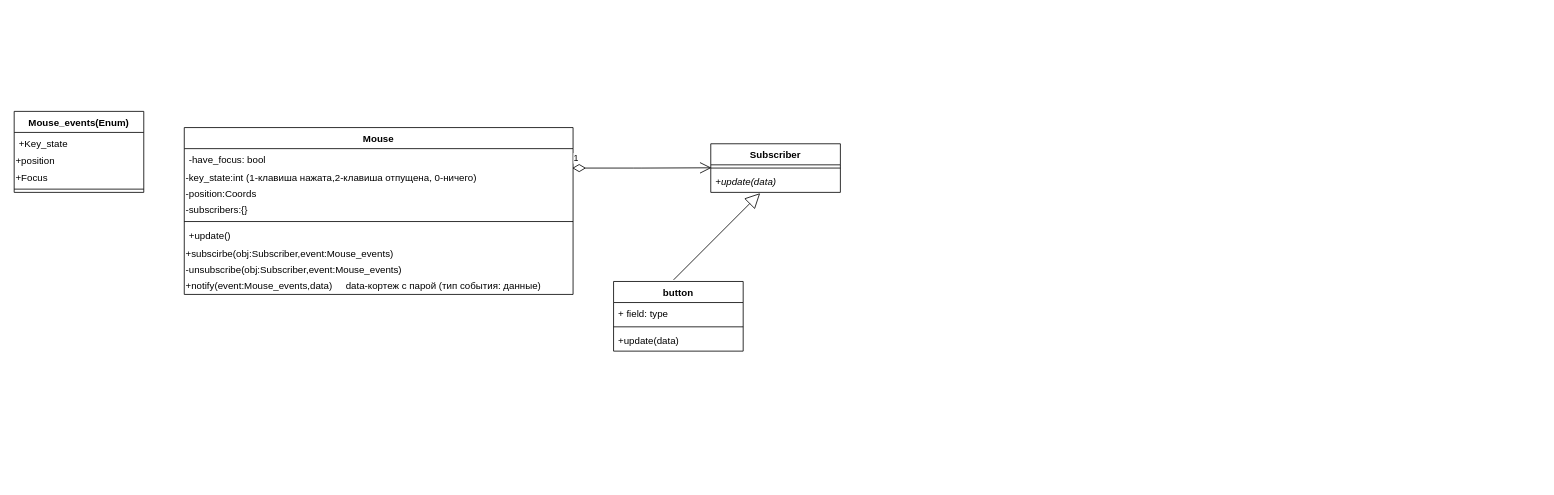
Before: Untitled Diagram.drawio in vasilysamulevich/LIFE, a draw.io diagram. Source tidied: cells renumbered, new cells numbered last; positions are measured from the earlier drawing's top-left corner, leaving out a move shared by most shapes. Both pictures are drawn from the tidied source at 81%, with x=0, y=0 at pixel (14, 111).
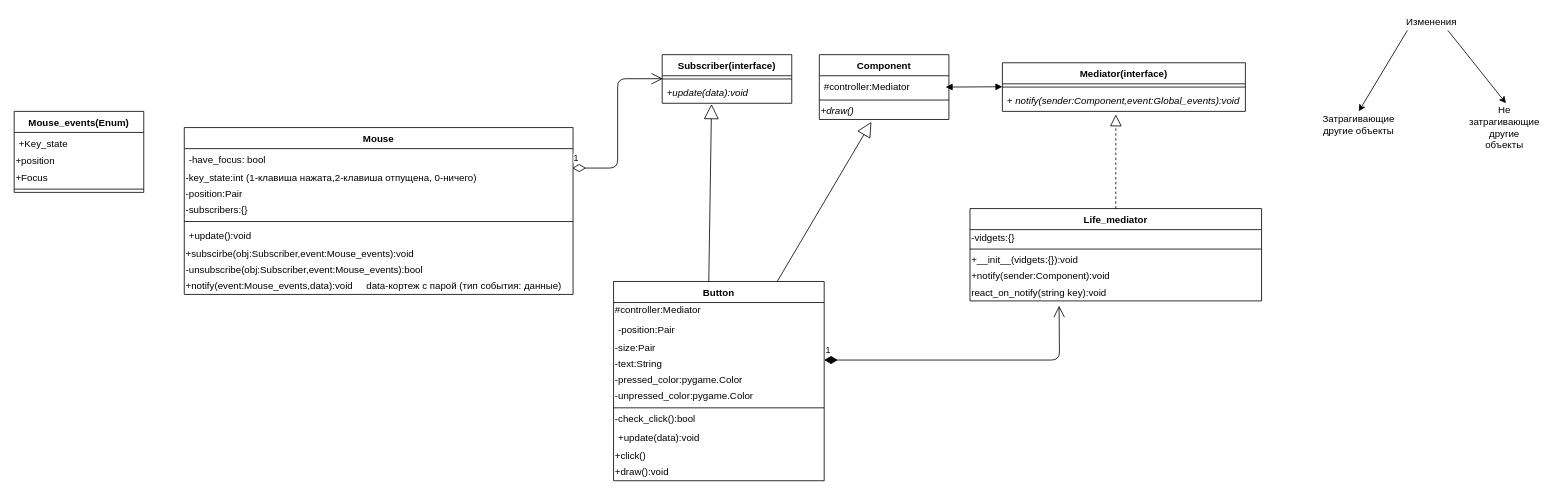
The same diagram, later.

Unchanged cells that the change refers to:
```xml
<mxCell id="2" value="Mouse" style="swimlane;fontStyle=1;align=center;verticalAlign=top;horizontal=1;startSize=26;" parent="1" vertex="1">
  <mxGeometry x="210" y="20" width="480" height="206" as="geometry" />
</mxCell>
```

Change to the diagram source:
```diff
@@
-    <mxCell id="5" value="-position:Coords" style="text;html=1;strokeColor=none;fillColor=none;align=left;verticalAlign=middle;whiteSpace=wrap;rounded=0;" parent="2" vertex="1">
+    <mxCell id="5" value="-position:Pair" style="text;html=1;strokeColor=none;fillColor=none;align=left;verticalAlign=middle;whiteSpace=wrap;rounded=0;" parent="2" vertex="1">
       <mxGeometry y="72" width="480" height="20" as="geometry" />
     </mxCell>
@@
-    <mxCell id="8" value="+update()" style="text;strokeColor=none;fillColor=none;align=left;verticalAlign=top;spacingLeft=4;spacingRight=4;overflow=hidden;" parent="2" vertex="1">
+    <mxCell id="8" value="+update():void" style="text;strokeColor=none;fillColor=none;align=left;verticalAlign=top;spacingLeft=4;spacingRight=4;overflow=hidden;" parent="2" vertex="1">
       <mxGeometry y="120" width="480" height="26" as="geometry" />
     </mxCell>
-    <mxCell id="9" value="+subscirbe(obj:Subscriber,event:Mouse_events)" style="text;html=1;strokeColor=none;fillColor=none;align=left;verticalAlign=middle;whiteSpace=wrap;rounded=0;" parent="2" vertex="1">
+    <mxCell id="9" value="+subscirbe(obj:Subscriber,event:Mouse_events):void" style="text;html=1;strokeColor=none;fillColor=none;align=left;verticalAlign=middle;whiteSpace=wrap;rounded=0;" parent="2" vertex="1">
       <mxGeometry y="146" width="480" height="20" as="geometry" />
     </mxCell>
-    <mxCell id="10" value="-unsubscribe(obj:Subscriber,event:Mouse_events)" style="text;html=1;strokeColor=none;fillColor=none;align=left;verticalAlign=middle;whiteSpace=wrap;rounded=0;" parent="2" vertex="1">
+    <mxCell id="10" value="-unsubscribe(obj:Subscriber,event:Mouse_events):bool" style="text;html=1;strokeColor=none;fillColor=none;align=left;verticalAlign=middle;whiteSpace=wrap;rounded=0;" parent="2" vertex="1">
       <mxGeometry y="166" width="480" height="20" as="geometry" />
     </mxCell>
-    <mxCell id="11" value="+notify(event:Mouse_events,data)&amp;nbsp; &amp;nbsp; &amp;nbsp;data-кортеж с парой (тип события: данные)" style="text;html=1;strokeColor=none;fillColor=none;align=left;verticalAlign=middle;whiteSpace=wrap;rounded=0;" parent="2" vertex="1">
+    <mxCell id="11" value="+notify(event:Mouse_events,data):void&amp;nbsp; &amp;nbsp; &amp;nbsp;data-кортеж с парой (тип события: данные)" style="text;html=1;strokeColor=none;fillColor=none;align=left;verticalAlign=middle;whiteSpace=wrap;rounded=0;" parent="2" vertex="1">
       <mxGeometry y="186" width="480" height="20" as="geometry" />
     </mxCell>
@@
-    <mxCell id="17" value="Subscriber" style="swimlane;fontStyle=1;align=center;verticalAlign=top;horizontal=1;startSize=26;" parent="1" vertex="1">
-      <mxGeometry x="860" y="40" width="160" height="60" as="geometry" />
+    <mxCell id="17" value="Subscriber(interface)" style="swimlane;fontStyle=1;align=center;verticalAlign=top;horizontal=1;startSize=26;" parent="1" vertex="1">
+      <mxGeometry x="800" y="-70" width="160" height="60" as="geometry" />
     </mxCell>
@@
-    <mxCell id="19" value="+update(data)" style="text;strokeColor=none;fillColor=none;align=left;verticalAlign=top;spacingLeft=4;spacingRight=4;overflow=hidden;points=[[0,0.5],[1,0.5]];portConstraint=eastwest;fontStyle=2;" parent="17" vertex="1">
+    <mxCell id="19" value="+update(data):void" style="text;strokeColor=none;fillColor=none;align=left;verticalAlign=top;spacingLeft=4;spacingRight=4;overflow=hidden;points=[[0,0.5],[1,0.5]];portConstraint=eastwest;fontStyle=2;" parent="17" vertex="1">
       <mxGeometry y="34" width="160" height="26" as="geometry" />
     </mxCell>
-    <mxCell id="20" value="button&#10;" style="swimlane;fontStyle=1;align=center;verticalAlign=top;horizontal=1;startSize=26;" parent="1" vertex="1">
-      <mxGeometry x="740" y="210" width="160" height="86" as="geometry" />
+    <mxCell id="20" value="Button&#10;" style="swimlane;fontStyle=1;align=center;verticalAlign=top;horizontal=1;startSize=26;" parent="1" vertex="1">
+      <mxGeometry x="740" y="210" width="260" height="246" as="geometry" />
     </mxCell>
+    <mxCell id="26" value="#controller:Mediator" style="text;html=1;strokeColor=none;fillColor=none;align=left;verticalAlign=middle;whiteSpace=wrap;rounded=0;" parent="20" vertex="1">
+      <mxGeometry y="26" width="260" height="20" as="geometry" />
+    </mxCell>
-    <mxCell id="21" value="+ field: type" style="text;strokeColor=none;fillColor=none;align=left;verticalAlign=top;spacingLeft=4;spacingRight=4;overflow=hidden;" parent="20" vertex="1">
-      <mxGeometry y="26" width="160" height="26" as="geometry" />
+    <mxCell id="21" value="-position:Pair&#10;" style="text;strokeColor=none;fillColor=none;align=left;verticalAlign=top;spacingLeft=4;spacingRight=4;overflow=hidden;" parent="20" vertex="1">
+      <mxGeometry y="46" width="260" height="26" as="geometry" />
     </mxCell>
+    <mxCell id="27" value="-size:Pair" style="text;html=1;strokeColor=none;fillColor=none;align=left;verticalAlign=middle;whiteSpace=wrap;rounded=0;" parent="20" vertex="1">
+      <mxGeometry y="72" width="260" height="20" as="geometry" />
+    </mxCell>
+    <mxCell id="28" value="-text:String" style="text;html=1;strokeColor=none;fillColor=none;align=left;verticalAlign=middle;whiteSpace=wrap;rounded=0;" parent="20" vertex="1">
+      <mxGeometry y="92" width="260" height="20" as="geometry" />
+    </mxCell>
+    <mxCell id="29" value="-pressed_color:pygame.Color" style="text;html=1;strokeColor=none;fillColor=none;align=left;verticalAlign=middle;whiteSpace=wrap;rounded=0;" parent="20" vertex="1">
+      <mxGeometry y="112" width="260" height="20" as="geometry" />
+    </mxCell>
+    <mxCell id="30" value="-unpressed_color:pygame.Color" style="text;html=1;strokeColor=none;fillColor=none;align=left;verticalAlign=middle;whiteSpace=wrap;rounded=0;" parent="20" vertex="1">
+      <mxGeometry y="132" width="260" height="20" as="geometry" />
+    </mxCell>
     <mxCell id="22" style="line;strokeWidth=1;fillColor=none;align=left;verticalAlign=middle;spacingTop=-1;spacingLeft=3;spacingRight=3;labelPosition=right;" parent="20" vertex="1">
-      <mxGeometry y="52" width="160" height="8" as="geometry" />
+      <mxGeometry y="152" width="260" height="8" as="geometry" />
     </mxCell>
+    <mxCell id="31" value="-check_click():bool" style="text;html=1;strokeColor=none;fillColor=none;align=left;verticalAlign=middle;whiteSpace=wrap;rounded=0;" parent="20" vertex="1">
+      <mxGeometry y="160" width="260" height="20" as="geometry" />
+    </mxCell>
-    <mxCell id="23" value="+update(data)" style="text;strokeColor=none;fillColor=none;align=left;verticalAlign=top;spacingLeft=4;spacingRight=4;overflow=hidden;" parent="20" vertex="1">
-      <mxGeometry y="60" width="160" height="26" as="geometry" />
+    <mxCell id="23" value="+update(data):void" style="text;strokeColor=none;fillColor=none;align=left;verticalAlign=top;spacingLeft=4;spacingRight=4;overflow=hidden;" parent="20" vertex="1">
+      <mxGeometry y="180" width="260" height="26" as="geometry" />
     </mxCell>
+    <mxCell id="32" value="+click()" style="text;html=1;strokeColor=none;fillColor=none;align=left;verticalAlign=middle;whiteSpace=wrap;rounded=0;" parent="20" vertex="1">
+      <mxGeometry y="206" width="260" height="20" as="geometry" />
+    </mxCell>
+    <mxCell id="33" value="+draw():void" style="text;html=1;strokeColor=none;fillColor=none;align=left;verticalAlign=middle;whiteSpace=wrap;rounded=0;" parent="20" vertex="1">
+      <mxGeometry y="226" width="260" height="20" as="geometry" />
+    </mxCell>
@@
-    <mxCell id="25" style="endArrow=block;endSize=16;endFill=0;html=1;entryX=0.381;entryY=1.038;entryDx=0;entryDy=0;entryPerimeter=0;exitX=0.463;exitY=-0.023;exitDx=0;exitDy=0;exitPerimeter=0;" parent="1" edge="1" source="20" target="19">
+    <mxCell id="25" style="endArrow=block;endSize=16;endFill=0;html=1;entryX=0.381;entryY=1.038;entryDx=0;entryDy=0;entryPerimeter=0;exitX=0.452;exitY=0.002;exitDx=0;exitDy=0;exitPerimeter=0;" parent="1" edge="1" source="20" target="19">
       <mxGeometry relative="1" as="geometry" />
     </mxCell>
+    <mxCell id="34" value="Mediator(interface)" style="swimlane;fontStyle=1;align=center;verticalAlign=top;horizontal=1;startSize=26;" parent="1" vertex="1">
+      <mxGeometry x="1220" y="-60" width="300" height="60" as="geometry" />
+    </mxCell>
+    <mxCell id="35" style="line;strokeWidth=1;fillColor=none;align=left;verticalAlign=middle;spacingTop=-1;spacingLeft=3;spacingRight=3;labelPosition=right;" parent="34" vertex="1">
+      <mxGeometry y="26" width="300" height="8" as="geometry" />
+    </mxCell>
+    <mxCell id="36" value="+ notify(sender:Component,event:Global_events):void" style="text;strokeColor=none;fillColor=none;align=left;verticalAlign=top;spacingLeft=4;spacingRight=4;overflow=hidden;points=[[0,0.5],[1,0.5]];portConstraint=eastwest;fontStyle=2;" parent="34" vertex="1">
+      <mxGeometry y="34" width="300" height="26" as="geometry" />
+    </mxCell>
+    <mxCell id="37" value="Component" style="swimlane;fontStyle=1;align=center;verticalAlign=top;horizontal=1;startSize=26;" parent="1" vertex="1">
+      <mxGeometry x="994" y="-70" width="160" height="80" as="geometry" />
+    </mxCell>
+    <mxCell id="38" value="#controller:Mediator" style="text;strokeColor=none;fillColor=none;align=left;verticalAlign=top;spacingLeft=4;spacingRight=4;overflow=hidden;" parent="37" vertex="1">
+      <mxGeometry y="26" width="160" height="26" as="geometry" />
+    </mxCell>
+    <mxCell id="39" style="line;strokeWidth=1;fillColor=none;align=left;verticalAlign=middle;spacingTop=-1;spacingLeft=3;spacingRight=3;labelPosition=right;" parent="37" vertex="1">
+      <mxGeometry y="52" width="160" height="8" as="geometry" />
+    </mxCell>
+    <mxCell id="40" value="&lt;i&gt;+draw()&lt;/i&gt;" style="text;html=1;strokeColor=none;fillColor=none;align=left;verticalAlign=middle;whiteSpace=wrap;rounded=0;" parent="37" vertex="1">
+      <mxGeometry y="60" width="160" height="20" as="geometry" />
+    </mxCell>
+    <mxCell id="41" style="endArrow=block;endSize=16;endFill=0;html=1;exitX=0.776;exitY=0.002;exitDx=0;exitDy=0;exitPerimeter=0;entryX=0.402;entryY=1.15;entryDx=0;entryDy=0;entryPerimeter=0;" parent="1" edge="1" source="20" target="40">
+      <mxGeometry relative="1" as="geometry" />
+    </mxCell>
+    <mxCell id="42" value="Life_mediator" style="swimlane;fontStyle=1;align=center;verticalAlign=top;horizontal=1;startSize=26;" parent="1" vertex="1">
+      <mxGeometry x="1180" y="120" width="360" height="114" as="geometry" />
+    </mxCell>
+    <mxCell id="43" value="-vidgets:{}" style="text;html=1;strokeColor=none;fillColor=none;align=left;verticalAlign=middle;whiteSpace=wrap;rounded=0;" parent="42" vertex="1">
+      <mxGeometry y="26" width="360" height="20" as="geometry" />
+    </mxCell>
+    <mxCell id="44" style="line;strokeWidth=1;fillColor=none;align=left;verticalAlign=middle;spacingTop=-1;spacingLeft=3;spacingRight=3;labelPosition=right;" parent="42" vertex="1">
+      <mxGeometry y="46" width="360" height="8" as="geometry" />
+    </mxCell>
+    <mxCell id="45" value="+__init__(vidgets:{}):void" style="text;html=1;strokeColor=none;fillColor=none;align=left;verticalAlign=middle;whiteSpace=wrap;rounded=0;" parent="42" vertex="1">
+      <mxGeometry y="54" width="360" height="20" as="geometry" />
+    </mxCell>
+    <mxCell id="46" value="+notify(sender:Component):void" style="text;html=1;strokeColor=none;fillColor=none;align=left;verticalAlign=middle;whiteSpace=wrap;rounded=0;" parent="42" vertex="1">
+      <mxGeometry y="74" width="360" height="20" as="geometry" />
+    </mxCell>
+    <mxCell id="47" value="react_on_notify(string key):void" style="text;html=1;strokeColor=none;fillColor=none;align=left;verticalAlign=middle;whiteSpace=wrap;rounded=0;" parent="42" vertex="1">
+      <mxGeometry y="94" width="360" height="20" as="geometry" />
+    </mxCell>
+    <mxCell id="48" style="endArrow=block;dashed=1;endFill=0;endSize=12;html=1;entryX=0.467;entryY=1.147;entryDx=0;entryDy=0;entryPerimeter=0;exitX=0.5;exitY=0;exitDx=0;exitDy=0;" parent="1" edge="1" source="42" target="36">
+      <mxGeometry relative="1" as="geometry" />
+    </mxCell>
+    <mxCell id="49" style="endArrow=block;startArrow=block;endFill=1;startFill=1;html=1;" parent="1" edge="1">
+      <mxGeometry relative="1" as="geometry">
+        <mxPoint x="1150" y="-30" as="sourcePoint" />
+        <mxPoint x="1220" y="-30.4" as="targetPoint" />
+      </mxGeometry>
+    </mxCell>
+    <mxCell id="50" value="Изменения" style="text;html=1;strokeColor=none;fillColor=none;align=center;verticalAlign=middle;whiteSpace=wrap;rounded=0;" parent="1" vertex="1">
+      <mxGeometry x="1730" y="-120" width="40" height="20" as="geometry" />
+    </mxCell>
+    <mxCell id="51" style="endArrow=classic;html=1;" parent="1" edge="1">
+      <mxGeometry relative="1" as="geometry">
+        <mxPoint x="1720" y="-100" as="sourcePoint" />
+        <mxPoint x="1660" as="targetPoint" />
+      </mxGeometry>
+    </mxCell>
+    <mxCell id="52" value="Затрагивающие другие объекты" style="text;html=1;strokeColor=none;fillColor=none;align=center;verticalAlign=middle;whiteSpace=wrap;rounded=0;" parent="1" vertex="1">
+      <mxGeometry x="1640" y="6" width="40" height="20" as="geometry" />
+    </mxCell>
+    <mxCell id="53" value="Не затрагивающие другие объекты" style="text;html=1;strokeColor=none;fillColor=none;align=center;verticalAlign=middle;whiteSpace=wrap;rounded=0;" parent="1" vertex="1">
+      <mxGeometry x="1820" y="10" width="40" height="20" as="geometry" />
+    </mxCell>
+    <mxCell id="54" style="endArrow=classic;html=1;exitX=1;exitY=1;exitDx=0;exitDy=0;" parent="1" edge="1" source="50">
+      <mxGeometry relative="1" as="geometry">
+        <mxPoint x="1841.7" y="-10" as="targetPoint" />
+      </mxGeometry>
+    </mxCell>
+    <mxCell id="55" value="1" style="endArrow=open;html=1;endSize=12;startArrow=diamondThin;startSize=14;startFill=1;edgeStyle=orthogonalEdgeStyle;align=left;verticalAlign=bottom;exitX=1;exitY=0.25;exitDx=0;exitDy=0;" parent="1" edge="1" source="28">
+      <mxGeometry x="-1" y="3" relative="1" as="geometry">
+        <mxPoint x="1290" y="240" as="targetPoint" />
+      </mxGeometry>
+    </mxCell>
```
